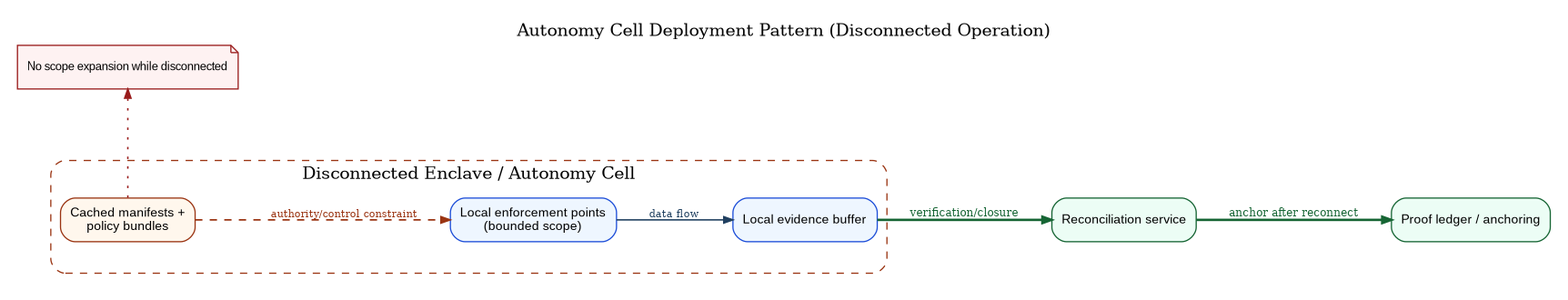
anboas/Whitepaper keeps this Graphviz diagram as papers/caf-ra/diagrams/caf_autonomy_cell_pattern.png. Above is the earlier version. Its source is kept beside it as papers/caf-ra/diagrams-src/caf_autonomy_cell_pattern.dot.
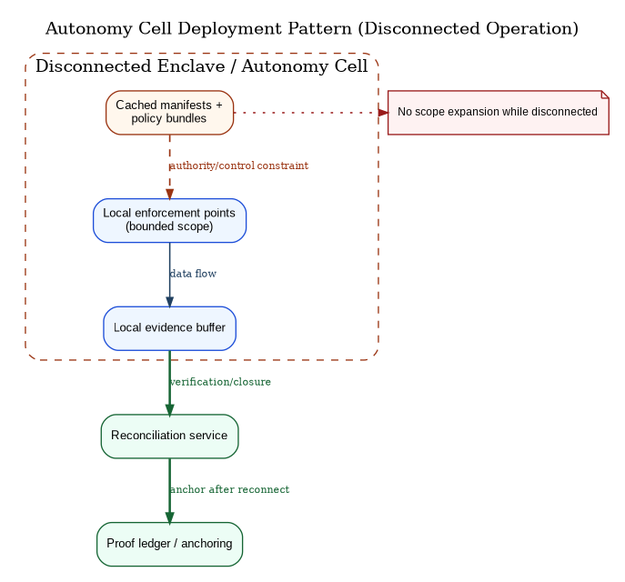
Above is the later version.

The edit, as a diff of the source:
```diff
@@ -1,16 +1,16 @@
 digraph CAFAutonomyCell {
-  rankdir=LR;
+  rankdir=TB;
   graph [
     bgcolor="white",
-    pad="0.20",
-    nodesep="0.62",
-    ranksep="0.74",
+    pad="0.18",
+    nodesep="0.55",
+    ranksep="0.60",
     labelloc="t",
     label="Autonomy Cell Deployment Pattern (Disconnected Operation)"
   ];
 
-  node [shape=box, style="rounded,filled", fillcolor="#F8FAFC", color="#204060", fontname="Arial", fontsize=10.4];
-  edge [color="#204060", arrowsize=0.75, penwidth=1.2];
+  node [shape=box, style="rounded,filled", fillcolor="#F8FAFC", color="#204060", fontname="Arial", fontsize=10.0];
+  edge [color="#204060", arrowsize=0.74, penwidth=1.15];
 
   subgraph cluster_cell {
     label="Disconnected Enclave / Autonomy Cell";
@@ -19,16 +19,16 @@
     Cached [label="Cached manifests +\npolicy bundles", fillcolor="#FFF7ED", color="#9A3412"];
     LocalEP [label="Local enforcement points\n(bounded scope)", fillcolor="#EEF6FF", color="#1D4ED8"];
     Buffer [label="Local evidence buffer", fillcolor="#EEF6FF", color="#1D4ED8"];
-    Cached -> LocalEP [style=dashed, color="#9A3412", penwidth=1.3, label="authority/control constraint", fontsize=8.6, fontcolor="#9A3412"];
-    LocalEP -> Buffer [style=solid, color="#204060", label="data flow", fontsize=8.6, fontcolor="#204060"];
+    Cached -> LocalEP [style=dashed, color="#9A3412", penwidth=1.25, label="authority/control constraint", fontsize=8.2, fontcolor="#9A3412"];
+    LocalEP -> Buffer [style=solid, color="#204060", label="data flow", fontsize=8.2, fontcolor="#204060"];
   }
 
   Reconcile [label="Reconciliation service", fillcolor="#ECFDF5", color="#166534"];
   Ledger [label="Proof ledger / anchoring", fillcolor="#ECFDF5", color="#166534"];
 
-  Buffer -> Reconcile [style=bold, color="#166534", penwidth=2.0, label="verification/closure", fontsize=8.8, fontcolor="#166534"];
-  Reconcile -> Ledger [style=bold, color="#166534", penwidth=2.0, label="anchor after reconnect", fontsize=8.8, fontcolor="#166534"];
+  Buffer -> Reconcile [style=bold, color="#166534", penwidth=1.9, label="verification/closure", fontsize=8.5, fontcolor="#166534"];
+  Reconcile -> Ledger [style=bold, color="#166534", penwidth=1.9, label="anchor after reconnect", fontsize=8.5, fontcolor="#166534"];
 
-  Denied [label="No scope expansion while disconnected", shape=note, fillcolor="#FEF2F2", color="#991B1B", fontsize=9.4];
+  Denied [label="No scope expansion while disconnected", shape=note, fillcolor="#FEF2F2", color="#991B1B", fontsize=9.0];
   Cached -> Denied [style=dotted, color="#991B1B", constraint=false];
 }
```
